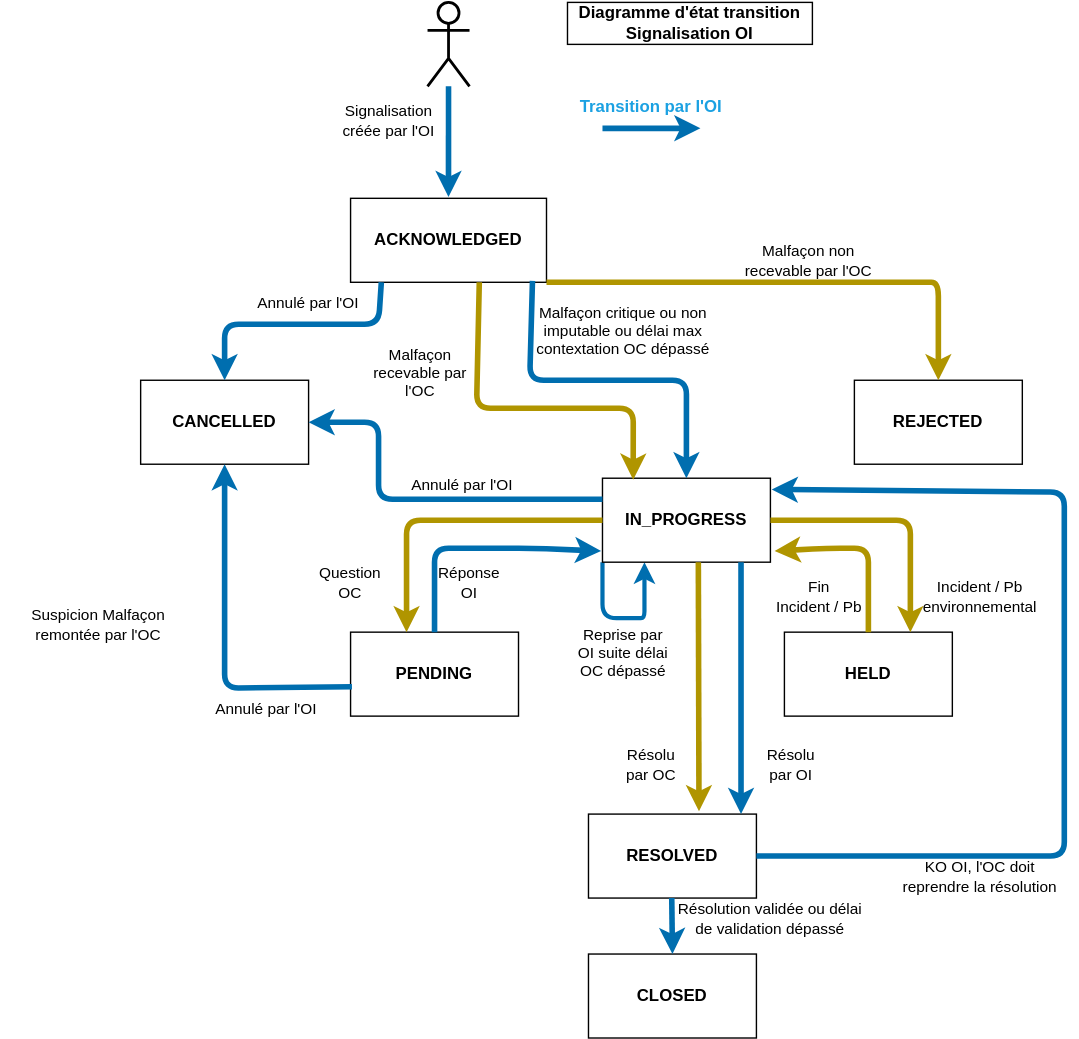
before-interop/malfacon keeps this draw.io diagram as statusOiOc.drawio.svg. Above is the earlier version. Source tidied: cells renumbered, new cells last; positions are measured from the earlier drawing's top-left corner, leaving out a move shared by most shapes.
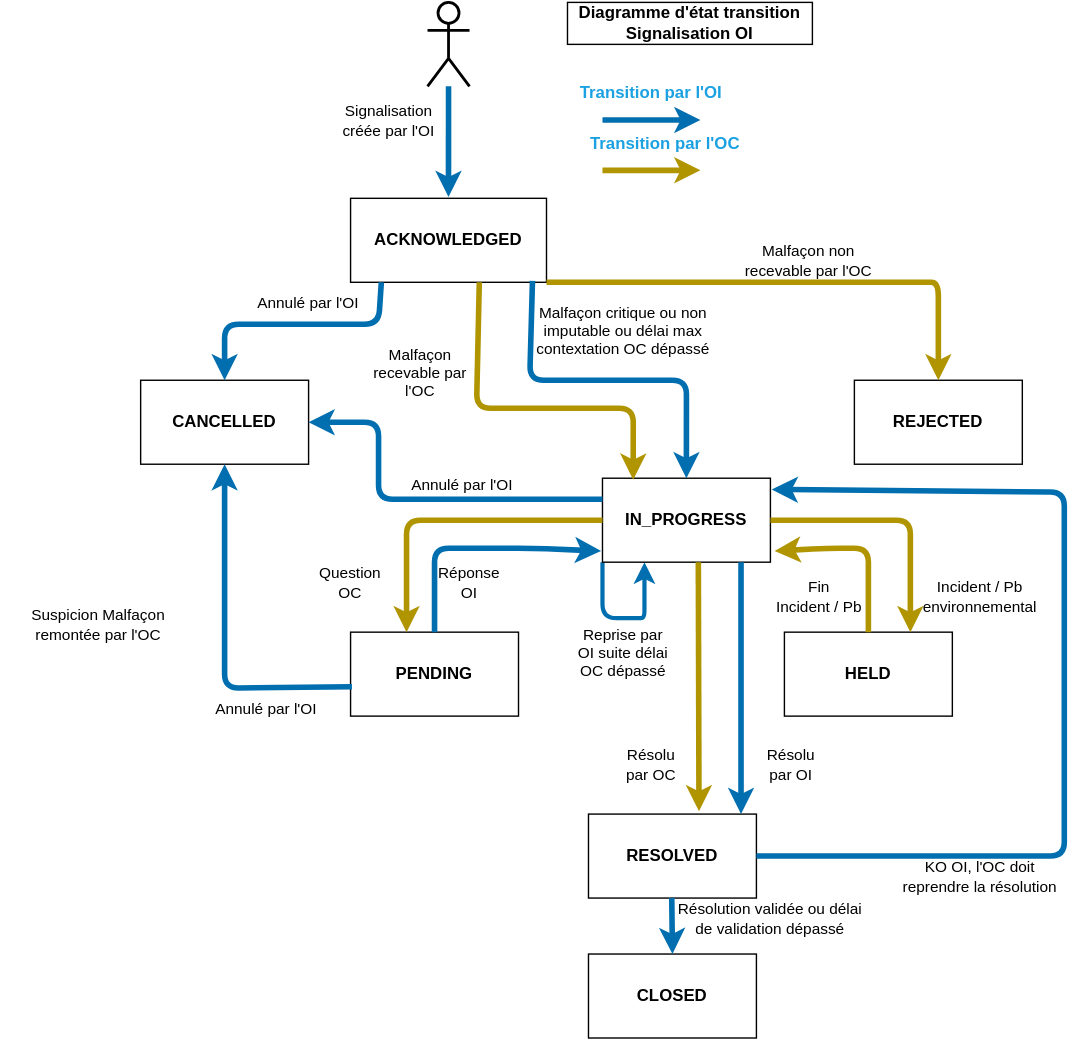
After the change.

What changed in the source:
```diff
@@ -27,15 +27,6 @@
     <mxCell id="7" value="&lt;b&gt;CLOSED&lt;/b&gt;" style="rounded=0;whiteSpace=wrap;html=1;" parent="1" vertex="1">
       <mxGeometry x="420" y="680" width="120" height="60" as="geometry" />
     </mxCell>
-    <mxCell id="8" style="endArrow=classic;html=1;strokeWidth=4;fillColor=#1ba1e2;strokeColor=#006EAF;" parent="1" edge="1">
-      <mxGeometry relative="1" as="geometry">
-        <mxPoint x="430" y="90" as="sourcePoint" />
-        <mxPoint x="500" y="90" as="targetPoint" />
-      </mxGeometry>
-    </mxCell>
-    <mxCell id="9" value="&lt;b&gt;Transition par l'OI&lt;/b&gt;" style="text;html=1;strokeColor=none;fillColor=none;align=center;verticalAlign=middle;whiteSpace=wrap;rounded=0;fontColor=#1BA1E2;" parent="1" vertex="1">
-      <mxGeometry x="410" y="60" width="110" height="30" as="geometry" />
-    </mxCell>
     <mxCell id="10" style="shape=umlActor;verticalLabelPosition=bottom;verticalAlign=top;html=1;fontColor=#1BA1E2;fontStyle=0;strokeWidth=2;" parent="1" vertex="1">
       <mxGeometry x="305" width="30" height="60" as="geometry" />
     </mxCell>
@@ -221,5 +212,26 @@
     <mxCell id="46" value="&lt;b&gt;&lt;font style=&quot;font-size: 12px;&quot;&gt;Diagramme d'état transition Signalisation OI&lt;/font&gt;&lt;/b&gt;" style="text;html=1;strokeColor=black;fillColor=none;align=center;verticalAlign=middle;whiteSpace=wrap;rounded=0;fontSize=11;" parent="1" vertex="1">
       <mxGeometry x="405" width="175" height="30" as="geometry" />
     </mxCell>
+    <mxCell id="47" style="endArrow=classic;html=1;strokeWidth=4;fillColor=#1ba1e2;strokeColor=#006EAF;" parent="1" edge="1">
+      <mxGeometry relative="1" as="geometry">
+        <mxPoint x="430" y="84" as="sourcePoint" />
+        <mxPoint x="500" y="84" as="targetPoint" />
+      </mxGeometry>
+    </mxCell>
+    <mxCell id="9" value="&lt;b&gt;Transition par l'OI&lt;/b&gt;" style="text;html=1;strokeColor=none;fillColor=none;align=center;verticalAlign=middle;whiteSpace=wrap;rounded=0;fontColor=#1BA1E2;" parent="1" vertex="1">
+      <mxGeometry x="410" y="50" width="110" height="30" as="geometry" />
+    </mxCell>
+    <mxCell id="48" value="&lt;b&gt;Transition par l'OC&lt;/b&gt;" style="text;html=1;strokeColor=none;fillColor=none;align=center;verticalAlign=middle;whiteSpace=wrap;rounded=0;fontColor=#1BA1E2;" parent="1" vertex="1">
+      <mxGeometry x="420" y="86" width="110" height="30" as="geometry" />
+    </mxCell>
+    <mxCell id="49" style="edgeStyle=none;html=1;strokeWidth=4;fontColor=#1BA1E2;fillColor=#e3c800;strokeColor=#B09500;" parent="1" edge="1">
+      <mxGeometry relative="1" as="geometry">
+        <mxPoint x="430" y="120" as="sourcePoint" />
+        <mxPoint x="500" y="120" as="targetPoint" />
+        <Array as="points">
+          <mxPoint x="490" y="120" />
+        </Array>
+      </mxGeometry>
+    </mxCell>
   </root>
 </mxGraphModel>
```
